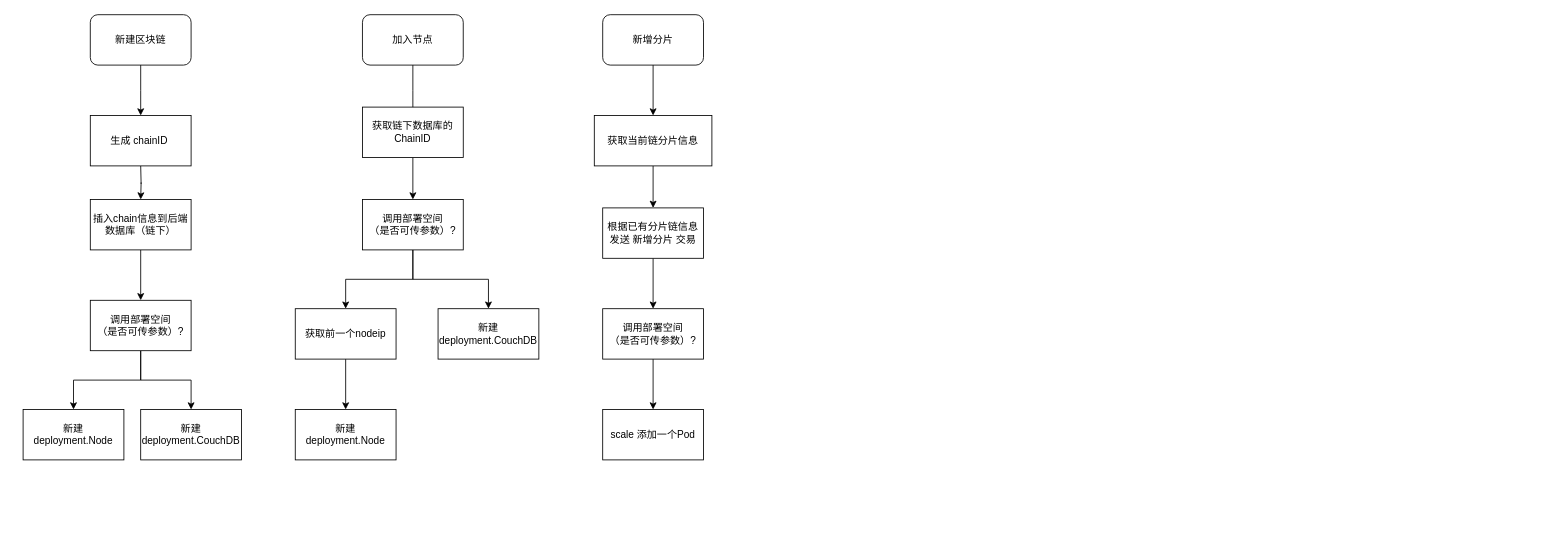
The draw.io diagram page "流程图" (3 of 4) of design/abci_uml.drawio in ci123chain/ci123chain, before the edit. Source tidied: cells renumbered, new cells numbered last; positions are measured from the earlier drawing's top-left corner, leaving out a move shared by most shapes. Both pictures are drawn from the tidied source at 84%, with x=0, y=0 at pixel (23, 14).
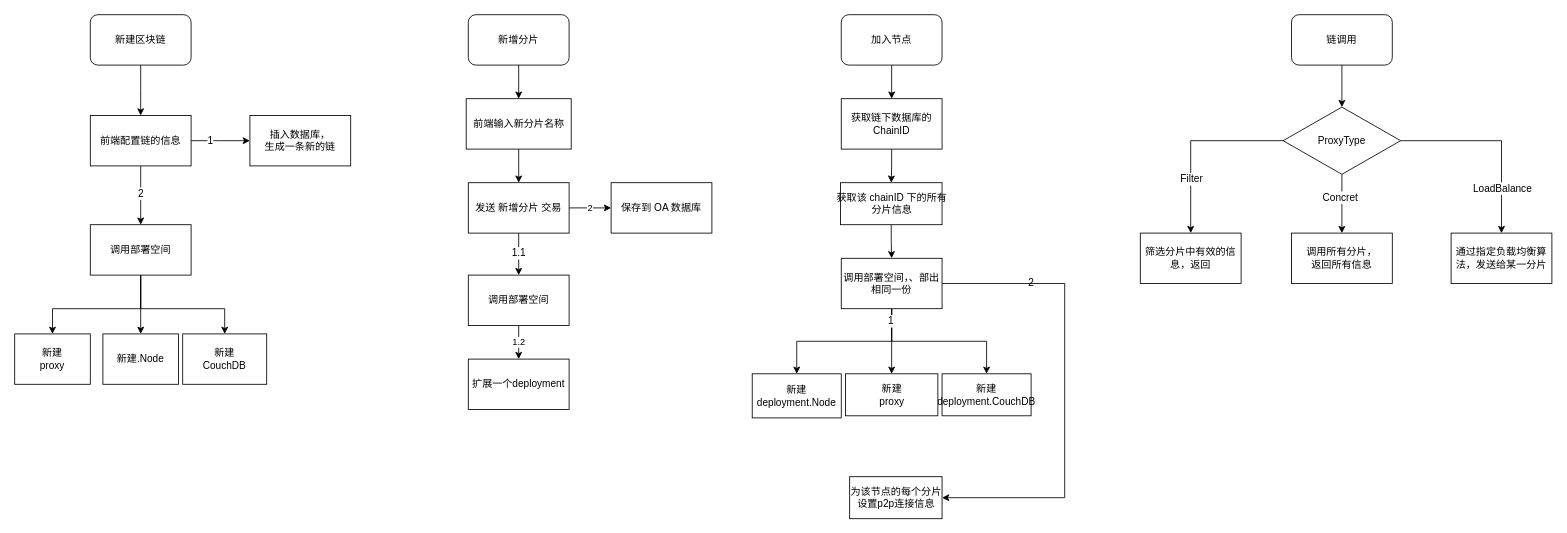
After the change.

Commit message (it also covers changes not shown here):
add proxy design

The change refers to these unchanged cells:
```xml
<mxCell id="21" style="edgeStyle=orthogonalEdgeStyle;rounded=0;jettySize=auto;html=1;entryX=0.5;entryY=0;entryDx=0;entryDy=0;" parent="1" edge="1" source="22" target="24">
  <mxGeometry relative="1" as="geometry" />
</mxCell>
```

Change to the diagram source:
```diff
@@
-    <mxCell id="4" style="edgeStyle=orthogonalEdgeStyle;rounded=0;orthogonalLoop=1;jettySize=auto;html=1;" parent="1" edge="1">
-      <mxGeometry relative="1" as="geometry">
-        <mxPoint x="140" y="180" as="sourcePoint" />
-        <mxPoint x="140" y="220" as="targetPoint" />
-      </mxGeometry>
-    </mxCell>
-    <mxCell id="5" style="edgeStyle=orthogonalEdgeStyle;rounded=0;orthogonalLoop=1;jettySize=auto;html=1;entryX=0.5;entryY=0;entryDx=0;entryDy=0;" parent="1" edge="1">
-      <mxGeometry relative="1" as="geometry">
-        <mxPoint x="140" y="280" as="sourcePoint" />
-        <mxPoint x="140" y="340" as="targetPoint" />
-      </mxGeometry>
+    <mxCell id="5" style="edgeStyle=orthogonalEdgeStyle;rounded=0;jettySize=auto;html=1;exitX=0.5;exitY=1;exitDx=0;exitDy=0;entryX=0.5;entryY=0;entryDx=0;entryDy=0;" parent="1" edge="1" source="32" target="29">
+      <mxGeometry relative="1" as="geometry" />
     </mxCell>
+    <mxCell id="33" value="2" style="text;html=1;align=center;verticalAlign=middle;labelBackgroundColor=#ffffff;" parent="5" vertex="1">
+      <mxGeometry x="-0.09" y="-1" relative="1" as="geometry" />
+    </mxCell>
-    <mxCell id="6" style="edgeStyle=orthogonalEdgeStyle;rounded=0;jettySize=auto;html=1;" parent="1" edge="1" source="7">
-      <mxGeometry relative="1" as="geometry">
-        <mxPoint x="464" y="120" as="targetPoint" />
-      </mxGeometry>
+    <mxCell id="6" style="edgeStyle=orthogonalEdgeStyle;rounded=0;jettySize=auto;html=1;entryX=0.5;entryY=0;entryDx=0;entryDy=0;" parent="1" edge="1" source="7" target="9">
+      <mxGeometry relative="1" as="geometry" />
     </mxCell>
     <mxCell id="7" value="加入节点" style="rounded=1;whiteSpace=wrap;html=1;" parent="1" vertex="1">
-      <mxGeometry x="404" width="120" height="60" as="geometry" />
+      <mxGeometry x="974" width="120" height="60" as="geometry" />
     </mxCell>
-    <mxCell id="8" style="edgeStyle=orthogonalEdgeStyle;rounded=0;jettySize=auto;html=1;" parent="1" edge="1" source="9" target="12">
+    <mxCell id="8" style="edgeStyle=orthogonalEdgeStyle;rounded=0;jettySize=auto;html=1;entryX=0.5;entryY=0;entryDx=0;entryDy=0;" parent="1" edge="1" source="9" target="44">
       <mxGeometry relative="1" as="geometry" />
     </mxCell>
     <mxCell id="9" value="获取链下数据库的&lt;br&gt;ChainID" style="rounded=0;whiteSpace=wrap;html=1;" parent="1" vertex="1">
-      <mxGeometry x="404" y="110" width="120" height="60" as="geometry" />
+      <mxGeometry x="974" y="100" width="120" height="60" as="geometry" />
     </mxCell>
-    <mxCell id="10" style="edgeStyle=orthogonalEdgeStyle;rounded=0;jettySize=auto;html=1;entryX=0.5;entryY=0;entryDx=0;entryDy=0;" parent="1" edge="1" source="12" target="14">
+    <mxCell id="10" style="edgeStyle=orthogonalEdgeStyle;rounded=0;jettySize=auto;html=1;entryX=0.5;entryY=0;entryDx=0;entryDy=0;" parent="1" edge="1" source="12" target="16">
       <mxGeometry relative="1" as="geometry" />
     </mxCell>
@@
+    <mxCell id="34" style="edgeStyle=orthogonalEdgeStyle;rounded=0;jettySize=auto;html=1;entryX=0.5;entryY=0;entryDx=0;entryDy=0;" parent="1" edge="1" source="12" target="45">
+      <mxGeometry relative="1" as="geometry" />
+    </mxCell>
+    <mxCell id="35" value="1" style="text;html=1;align=center;verticalAlign=middle;labelBackgroundColor=#ffffff;" parent="34" vertex="1">
+      <mxGeometry x="-0.64" y="-2" relative="1" as="geometry" />
+    </mxCell>
+    <mxCell id="36" style="edgeStyle=orthogonalEdgeStyle;rounded=0;jettySize=auto;html=1;entryX=1;entryY=0.5;entryDx=0;entryDy=0;" parent="1" edge="1" source="12" target="46">
+      <mxGeometry relative="1" as="geometry">
+        <Array as="points">
+          <mxPoint x="1240" y="320" />
+          <mxPoint x="1240" y="575" />
+        </Array>
+      </mxGeometry>
+    </mxCell>
-    <mxCell id="12" value="&lt;span style=&quot;white-space: normal&quot;&gt;调用部署空间&lt;/span&gt;&lt;br style=&quot;white-space: normal&quot;&gt;&lt;span style=&quot;white-space: normal&quot;&gt;（是否可传参数）?&lt;/span&gt;" style="rounded=0;whiteSpace=wrap;html=1;" parent="1" vertex="1">
-      <mxGeometry x="404" y="220" width="120" height="60" as="geometry" />
+    <mxCell id="12" value="&lt;span style=&quot;white-space: normal&quot;&gt;调用部署空间，、部出相同一份&lt;/span&gt;" style="rounded=0;whiteSpace=wrap;html=1;" parent="1" vertex="1">
+      <mxGeometry x="974" y="290" width="120" height="60" as="geometry" />
     </mxCell>
-    <mxCell id="13" style="edgeStyle=orthogonalEdgeStyle;rounded=0;jettySize=auto;html=1;entryX=0.5;entryY=0;entryDx=0;entryDy=0;" parent="1" edge="1" source="14" target="16">
-      <mxGeometry relative="1" as="geometry" />
-    </mxCell>
-    <mxCell id="14" value="获取前一个nodeip" style="rounded=0;whiteSpace=wrap;html=1;" parent="1" vertex="1">
-      <mxGeometry x="324" y="350" width="120" height="60" as="geometry" />
-    </mxCell>
     <mxCell id="15" value="新建&lt;br&gt;deployment.CouchDB" style="rounded=0;whiteSpace=wrap;html=1;" parent="1" vertex="1">
-      <mxGeometry x="494" y="350" width="120" height="60" as="geometry" />
+      <mxGeometry x="1094" y="427.5" width="106" height="50" as="geometry" />
     </mxCell>
     <mxCell id="16" value="&lt;span style=&quot;white-space: normal&quot;&gt;新建deployment.Node&lt;/span&gt;" style="rounded=0;whiteSpace=wrap;html=1;" parent="1" vertex="1">
-      <mxGeometry x="324" y="470" width="120" height="60" as="geometry" />
+      <mxGeometry x="868" y="427.5" width="106" height="52.5" as="geometry" />
     </mxCell>
@@
     <mxCell id="18" value="&lt;span style=&quot;white-space: normal&quot;&gt;新增分片&lt;/span&gt;" style="rounded=1;whiteSpace=wrap;html=1;" parent="1" vertex="1">
-      <mxGeometry x="690" width="120" height="60" as="geometry" />
+      <mxGeometry x="530" width="120" height="60" as="geometry" />
     </mxCell>
@@
-    <mxCell id="20" value="获取当前链分片信息" style="rounded=0;whiteSpace=wrap;html=1;" parent="1" vertex="1">
-      <mxGeometry x="680" y="120" width="140" height="60" as="geometry" />
+    <mxCell id="20" value="&lt;span style=&quot;white-space: nowrap&quot;&gt;前端输入新分片名称&lt;/span&gt;" style="rounded=0;whiteSpace=wrap;html=1;" parent="1" vertex="1">
+      <mxGeometry x="527.5" y="100" width="125" height="60" as="geometry" />
     </mxCell>
@@
+    <mxCell id="37" value="1.1" style="text;html=1;align=center;verticalAlign=middle;labelBackgroundColor=#ffffff;" parent="21" vertex="1">
+      <mxGeometry x="-0.08" y="-1" relative="1" as="geometry" />
+    </mxCell>
+    <mxCell id="38" value="2" style="edgeStyle=orthogonalEdgeStyle;rounded=0;jettySize=auto;html=1;entryX=0;entryY=0.5;entryDx=0;entryDy=0;" parent="1" edge="1" source="22" target="48">
+      <mxGeometry relative="1" as="geometry" />
+    </mxCell>
-    <mxCell id="22" value="根据已有分片链信息&lt;br&gt;发送 新增分片 交易" style="rounded=0;whiteSpace=wrap;html=1;" parent="1" vertex="1">
-      <mxGeometry x="690" y="230" width="120" height="60" as="geometry" />
+    <mxCell id="22" value="发送 新增分片 交易" style="rounded=0;whiteSpace=wrap;html=1;" parent="1" vertex="1">
+      <mxGeometry x="530" y="200" width="120" height="60" as="geometry" />
     </mxCell>
-    <mxCell id="23" style="edgeStyle=orthogonalEdgeStyle;rounded=0;jettySize=auto;html=1;entryX=0.5;entryY=0;entryDx=0;entryDy=0;" parent="1" edge="1" source="24" target="25">
+    <mxCell id="23" value="1.2" style="edgeStyle=orthogonalEdgeStyle;rounded=0;jettySize=auto;html=1;entryX=0.5;entryY=0;entryDx=0;entryDy=0;" parent="1" edge="1" source="24" target="25">
       <mxGeometry relative="1" as="geometry" />
     </mxCell>
-    <mxCell id="24" value="&lt;span style=&quot;white-space: normal&quot;&gt;调用部署空间&lt;/span&gt;&lt;br style=&quot;white-space: normal&quot;&gt;&lt;span style=&quot;white-space: normal&quot;&gt;（是否可传参数）?&lt;/span&gt;" style="rounded=0;whiteSpace=wrap;html=1;" parent="1" vertex="1">
-      <mxGeometry x="690" y="350" width="120" height="60" as="geometry" />
+    <mxCell id="24" value="&lt;span style=&quot;white-space: normal&quot;&gt;调用部署空间&lt;/span&gt;" style="rounded=0;whiteSpace=wrap;html=1;" parent="1" vertex="1">
+      <mxGeometry x="530" y="310" width="120" height="60" as="geometry" />
     </mxCell>
-    <mxCell id="25" value="scale 添加一个Pod" style="rounded=0;whiteSpace=wrap;html=1;" parent="1" vertex="1">
-      <mxGeometry x="690" y="470" width="120" height="60" as="geometry" />
+    <mxCell id="25" value="扩展一个deployment" style="rounded=0;whiteSpace=wrap;html=1;" parent="1" vertex="1">
+      <mxGeometry x="530" y="410" width="120" height="60" as="geometry" />
     </mxCell>
-    <mxCell id="26" value="&lt;span style=&quot;white-space: normal&quot;&gt;插入chain信息到后端数据库（链下）&lt;/span&gt;" style="rounded=0;whiteSpace=wrap;html=1;" parent="1" vertex="1">
-      <mxGeometry x="80" y="220" width="120" height="60" as="geometry" />
-    </mxCell>
     <mxCell id="27" style="edgeStyle=orthogonalEdgeStyle;rounded=0;jettySize=auto;html=1;entryX=0.5;entryY=0;entryDx=0;entryDy=0;" parent="1" edge="1" source="29" target="30">
-      <mxGeometry relative="1" as="geometry" />
+      <mxGeometry relative="1" as="geometry">
+        <Array as="points">
+          <mxPoint x="140" y="380" />
+        </Array>
+      </mxGeometry>
     </mxCell>
     <mxCell id="28" style="edgeStyle=orthogonalEdgeStyle;rounded=0;jettySize=auto;html=1;" parent="1" edge="1" source="29" target="31">
-      <mxGeometry relative="1" as="geometry" />
+      <mxGeometry relative="1" as="geometry">
+        <Array as="points">
+          <mxPoint x="140" y="350" />
+          <mxPoint x="240" y="350" />
+        </Array>
+      </mxGeometry>
     </mxCell>
+    <mxCell id="39" style="edgeStyle=orthogonalEdgeStyle;rounded=0;jettySize=auto;html=1;" parent="1" edge="1" source="29" target="42">
+      <mxGeometry relative="1" as="geometry">
+        <Array as="points">
+          <mxPoint x="140" y="350" />
+          <mxPoint x="35" y="350" />
+        </Array>
+      </mxGeometry>
+    </mxCell>
-    <mxCell id="29" value="&lt;span style=&quot;white-space: normal&quot;&gt;调用部署空间&lt;/span&gt;&lt;br style=&quot;white-space: normal&quot;&gt;&lt;span style=&quot;white-space: normal&quot;&gt;（是否可传参数）?&lt;/span&gt;" style="rounded=0;whiteSpace=wrap;html=1;" parent="1" vertex="1">
-      <mxGeometry x="80" y="340" width="120" height="60" as="geometry" />
+    <mxCell id="29" value="&lt;span style=&quot;white-space: normal&quot;&gt;调用部署空间&lt;/span&gt;" style="rounded=0;whiteSpace=wrap;html=1;" parent="1" vertex="1">
+      <mxGeometry x="80" y="250" width="120" height="60" as="geometry" />
     </mxCell>
-    <mxCell id="30" value="&lt;span style=&quot;white-space: normal&quot;&gt;新建deployment.Node&lt;/span&gt;" style="rounded=0;whiteSpace=wrap;html=1;" parent="1" vertex="1">
-      <mxGeometry y="470" width="120" height="60" as="geometry" />
+    <mxCell id="30" value="&lt;span style=&quot;white-space: normal&quot;&gt;新建.Node&lt;/span&gt;" style="rounded=0;whiteSpace=wrap;html=1;" parent="1" vertex="1">
+      <mxGeometry x="95" y="380" width="90" height="60" as="geometry" />
     </mxCell>
-    <mxCell id="31" value="&lt;span style=&quot;white-space: normal&quot;&gt;新建&lt;/span&gt;&lt;br style=&quot;white-space: normal&quot;&gt;&lt;span style=&quot;white-space: normal&quot;&gt;deployment.CouchDB&lt;/span&gt;" style="rounded=0;whiteSpace=wrap;html=1;" parent="1" vertex="1">
-      <mxGeometry x="140" y="470" width="120" height="60" as="geometry" />
+    <mxCell id="31" value="&lt;span style=&quot;white-space: normal&quot;&gt;新建&lt;/span&gt;&lt;br style=&quot;white-space: normal&quot;&gt;&lt;span style=&quot;white-space: normal&quot;&gt;CouchDB&lt;/span&gt;" style="rounded=0;whiteSpace=wrap;html=1;" parent="1" vertex="1">
+      <mxGeometry x="190" y="380" width="100" height="60" as="geometry" />
     </mxCell>
+    <mxCell id="40" style="edgeStyle=orthogonalEdgeStyle;rounded=0;jettySize=auto;html=1;" parent="1" edge="1" source="32">
+      <mxGeometry relative="1" as="geometry">
+        <mxPoint x="270" y="150" as="targetPoint" />
+      </mxGeometry>
+    </mxCell>
+    <mxCell id="41" value="1" style="text;html=1;align=center;verticalAlign=middle;labelBackgroundColor=#ffffff;" parent="40" vertex="1">
+      <mxGeometry x="-0.37" relative="1" as="geometry" />
+    </mxCell>
-    <mxCell id="32" value="&lt;span style=&quot;white-space: normal&quot;&gt;生成 chainID&amp;nbsp;&lt;/span&gt;" style="rounded=0;whiteSpace=wrap;html=1;" parent="1" vertex="1">
+    <mxCell id="32" value="&lt;span style=&quot;white-space: normal&quot;&gt;前端配置链的信息&lt;/span&gt;" style="rounded=0;whiteSpace=wrap;html=1;" parent="1" vertex="1">
       <mxGeometry x="80" y="120" width="120" height="60" as="geometry" />
     </mxCell>
+    <mxCell id="42" value="新建&lt;br&gt;proxy" style="rounded=0;whiteSpace=wrap;html=1;" parent="1" vertex="1">
+      <mxGeometry x="-10" y="380" width="90" height="60" as="geometry" />
+    </mxCell>
+    <mxCell id="43" style="edgeStyle=orthogonalEdgeStyle;rounded=0;jettySize=auto;html=1;" parent="1" edge="1" source="44" target="12">
+      <mxGeometry relative="1" as="geometry" />
+    </mxCell>
+    <mxCell id="44" value="获取该 chainID 下的所有&lt;br&gt;分片信息" style="html=1;" parent="1" vertex="1">
+      <mxGeometry x="973" y="200" width="121" height="50" as="geometry" />
+    </mxCell>
+    <mxCell id="45" value="新建&lt;br&gt;proxy" style="html=1;" parent="1" vertex="1">
+      <mxGeometry x="979" y="427.5" width="110" height="50" as="geometry" />
+    </mxCell>
+    <mxCell id="46" value="为该节点的每个分片&lt;br&gt;设置p2p连接信息" style="html=1;" parent="1" vertex="1">
+      <mxGeometry x="984" y="550" width="110" height="50" as="geometry" />
+    </mxCell>
+    <mxCell id="47" value="2" style="text;html=1;align=center;verticalAlign=middle;" parent="1" vertex="1">
+      <mxGeometry x="1190" y="310" width="20" height="20" as="geometry" />
+    </mxCell>
+    <mxCell id="48" value="保存到 OA 数据库" style="rounded=0;whiteSpace=wrap;html=1;" parent="1" vertex="1">
+      <mxGeometry x="700" y="200" width="120" height="60" as="geometry" />
+    </mxCell>
+    <mxCell id="49" value="&lt;span style=&quot;white-space: normal&quot;&gt;插入数据库，&lt;/span&gt;&lt;br style=&quot;white-space: normal&quot;&gt;&lt;span style=&quot;white-space: normal&quot;&gt;生成一条新的链&lt;/span&gt;" style="rounded=0;whiteSpace=wrap;html=1;" parent="1" vertex="1">
+      <mxGeometry x="270" y="120" width="120" height="60" as="geometry" />
+    </mxCell>
+    <mxCell id="50" style="edgeStyle=orthogonalEdgeStyle;rounded=0;jettySize=auto;html=1;entryX=0.5;entryY=0;entryDx=0;entryDy=0;" parent="1" edge="1" source="51" target="59">
+      <mxGeometry relative="1" as="geometry" />
+    </mxCell>
+    <mxCell id="51" value="链调用" style="rounded=1;whiteSpace=wrap;html=1;" parent="1" vertex="1">
+      <mxGeometry x="1510" width="120" height="60" as="geometry" />
+    </mxCell>
+    <mxCell id="52" value="调用所有分片，&lt;br&gt;返回所有信息" style="rounded=0;whiteSpace=wrap;html=1;" parent="1" vertex="1">
+      <mxGeometry x="1510" y="260" width="120" height="60" as="geometry" />
+    </mxCell>
+    <mxCell id="53" style="edgeStyle=orthogonalEdgeStyle;rounded=0;jettySize=auto;html=1;entryX=0.5;entryY=0;entryDx=0;entryDy=0;" parent="1" edge="1" source="59" target="52">
+      <mxGeometry relative="1" as="geometry" />
+    </mxCell>
+    <mxCell id="54" value="Concret" style="text;html=1;align=center;verticalAlign=middle;labelBackgroundColor=#ffffff;" parent="53" vertex="1">
+      <mxGeometry x="-0.23" y="-3" relative="1" as="geometry" />
+    </mxCell>
+    <mxCell id="55" style="edgeStyle=orthogonalEdgeStyle;rounded=0;jettySize=auto;html=1;" parent="1" edge="1" source="59" target="60">
+      <mxGeometry relative="1" as="geometry" />
+    </mxCell>
+    <mxCell id="56" value="LoadBalance" style="text;html=1;align=center;verticalAlign=middle;labelBackgroundColor=#ffffff;" parent="55" vertex="1">
+      <mxGeometry x="0.53" relative="1" as="geometry" />
+    </mxCell>
+    <mxCell id="57" style="edgeStyle=orthogonalEdgeStyle;rounded=0;jettySize=auto;html=1;" parent="1" edge="1" source="59" target="61">
+      <mxGeometry relative="1" as="geometry" />
+    </mxCell>
+    <mxCell id="58" value="Filter" style="text;html=1;align=center;verticalAlign=middle;labelBackgroundColor=#ffffff;" parent="57" vertex="1">
+      <mxGeometry y="45" relative="1" as="geometry">
+        <mxPoint x="-45" y="45" as="offset" />
+      </mxGeometry>
+    </mxCell>
+    <mxCell id="59" value="ProxyType" style="rhombus;whiteSpace=wrap;html=1;" parent="1" vertex="1">
+      <mxGeometry x="1500" y="110" width="140" height="80" as="geometry" />
+    </mxCell>
+    <mxCell id="60" value="通过指定负载均衡算法，发送给某一分片" style="rounded=0;whiteSpace=wrap;html=1;" parent="1" vertex="1">
+      <mxGeometry x="1700" y="260" width="120" height="60" as="geometry" />
+    </mxCell>
+    <mxCell id="61" value="筛选分片中有效的信息，返回" style="rounded=0;whiteSpace=wrap;html=1;" parent="1" vertex="1">
+      <mxGeometry x="1330" y="260" width="120" height="60" as="geometry" />
+    </mxCell>
```
